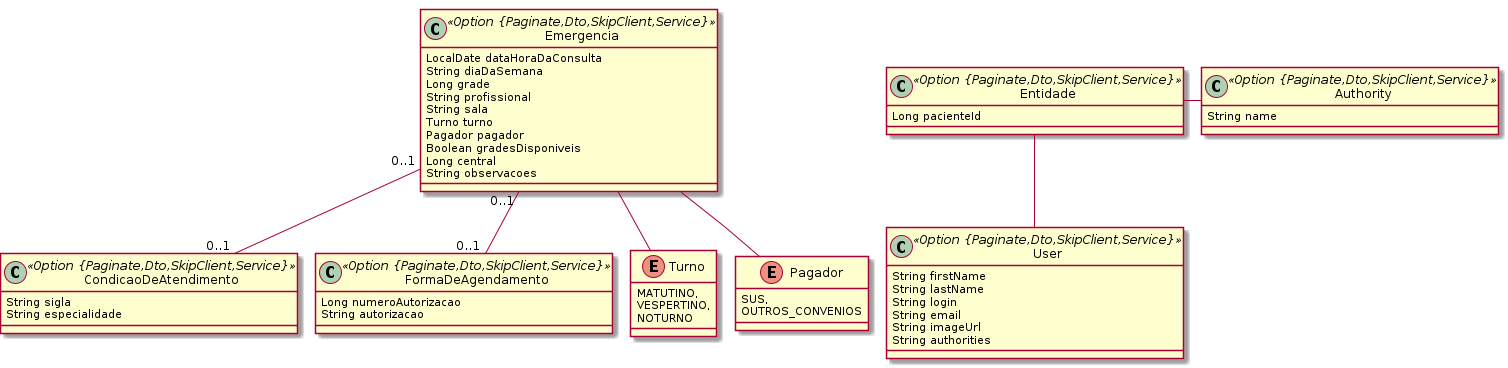
Above: consulta/emergencia.png in BasisTI/madre (PlantUML), before the change.
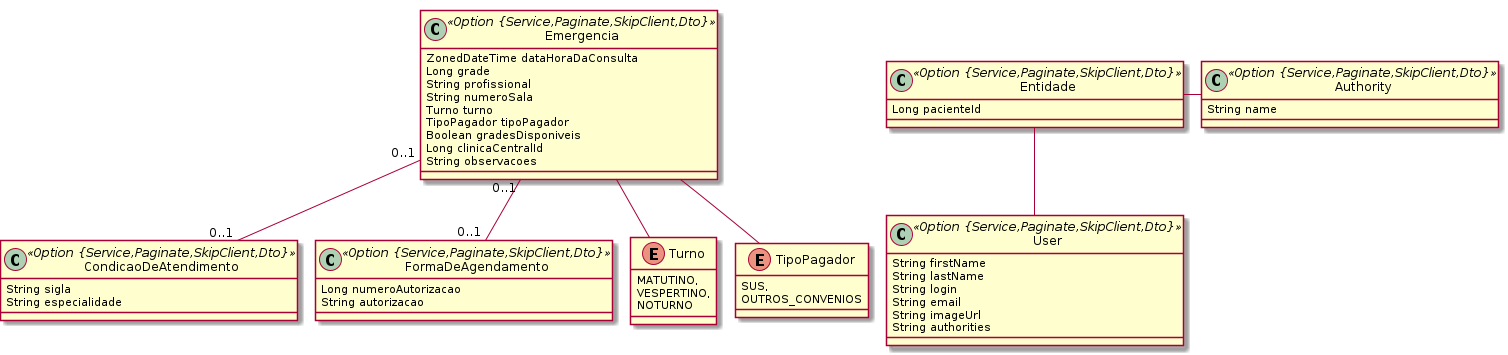
The same file after the commit.

Commit message:
Atualiza arquivos JDL da branch BASIS-131380

The edit, as a diff of the source:
```diff
@@ -3,32 +3,31 @@
 	!pragma syntax class
 	Emergencia  "0..1 " -- "0..1 "  CondicaoDeAtendimento
 	Emergencia  "0..1 " -- "0..1 "  FormaDeAgendamento
-	class Emergencia <<Option {Paginate,Dto,SkipClient,Service}>> {
-		LocalDate dataHoraDaConsulta
-		String diaDaSemana
+	class Emergencia <<Option {Service,Paginate,SkipClient,Dto}>> {
+		ZonedDateTime dataHoraDaConsulta
 		Long grade
 		String profissional
-		String sala
+		String numeroSala
 		Turno turno
-		Pagador pagador
+		TipoPagador tipoPagador
 		Boolean gradesDisponiveis
-		Long central
+		Long clinicaCentralId
 		String observacoes
 	}
 	Emergencia ..> Turno
-	Emergencia ..> Pagador
-	class CondicaoDeAtendimento <<Option {Paginate,Dto,SkipClient,Service}>> {
+	Emergencia ..> TipoPagador
+	class CondicaoDeAtendimento <<Option {Service,Paginate,SkipClient,Dto}>> {
 		String sigla
 		String especialidade
 	}
-	class FormaDeAgendamento <<Option {Paginate,Dto,SkipClient,Service}>> {
+	class FormaDeAgendamento <<Option {Service,Paginate,SkipClient,Dto}>> {
 		Long numeroAutorizacao
 		String autorizacao
 	}
-	class Entidade <<Option {Paginate,Dto,SkipClient,Service}>> {
+	class Entidade <<Option {Service,Paginate,SkipClient,Dto}>> {
 		Long pacienteId
 	}
-	enum Pagador {
+	enum TipoPagador {
 		SUS,
 		OUTROS_CONVENIOS
 	}
@@ -37,10 +36,10 @@
 		VESPERTINO,
 		NOTURNO
 	}
-	class Authority <<Option {Paginate,Dto,SkipClient,Service}>> {
+	class Authority <<Option {Service,Paginate,SkipClient,Dto}>> {
 		String name
 	}
-	class User <<Option {Paginate,Dto,SkipClient,Service}>> {
+	class User <<Option {Service,Paginate,SkipClient,Dto}>> {
 		String firstName
 		String lastName
 		String login
```
